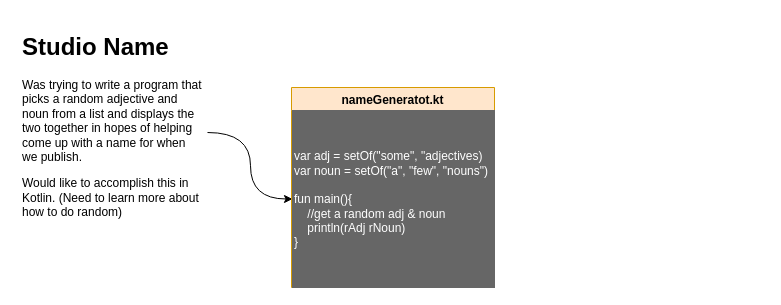
BigMikesExp/Shitsngigs keeps this draw.io diagram as page "Ideas" (2 of 2) of game dev flowchart.drawio. Above is the earlier version. Source tidied: cells renumbered, new cells numbered last; positions are measured from the earlier drawing's top-left corner, leaving out a move shared by most shapes. Both pictures are drawn from the tidied source at 100%, with x=0, y=0 at pixel (17, 27).
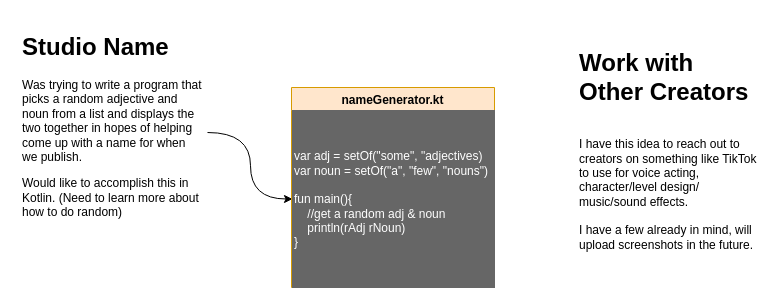
The same diagram, later.

Change to the diagram source:
```diff
@@
 <mxGraphModel>
   <root>
     <mxCell id="0" />
     <mxCell id="1" parent="0" />
     <mxCell id="2" style="edgeStyle=elbowEdgeStyle;jettySize=auto;html=1;curved=1;" parent="1" edge="1" source="3" target="5">
       <mxGeometry relative="1" as="geometry" />
     </mxCell>
     <mxCell id="3" value="&lt;h1&gt;Studio Name&lt;br&gt;&lt;/h1&gt;&lt;p&gt;Was trying to write a program that picks a random adjective and noun from a list and displays the two together in hopes of helping come up with a name for when we publish. &lt;br&gt;&lt;/p&gt;&lt;p&gt;Would like to accomplish this in Kotlin. (Need to learn more about how to do random)&lt;br&gt;&lt;/p&gt;" style="text;html=1;strokeColor=none;fillColor=none;spacing=5;spacingTop=-20;whiteSpace=wrap;overflow=hidden;rounded=0;" parent="1" vertex="1">
       <mxGeometry width="190" height="210" as="geometry" />
     </mxCell>
-    <mxCell id="4" value="nameGeneratot.kt" style="swimlane;fillColor=#ffe6cc;strokeColor=#d79b00;" parent="1" vertex="1">
+    <mxCell id="4" value="nameGenerator.kt" style="swimlane;fillColor=#ffe6cc;strokeColor=#d79b00;" parent="1" vertex="1">
       <mxGeometry x="274" y="60" width="203" height="200" as="geometry" />
     </mxCell>
     <mxCell id="5" value="&lt;div align=&quot;justify&quot;&gt;&lt;font color=&quot;#FFFFFF&quot;&gt;var adj = setOf(&quot;some&quot;, &quot;adjectives)&lt;br&gt;var noun = setOf(&quot;a&quot;, &quot;few&quot;, &quot;nouns&quot;)&lt;br&gt;&lt;br&gt;fun main(){&lt;br&gt;&amp;nbsp;&amp;nbsp;&amp;nbsp; //get a random adj &amp;amp; noun&lt;br&gt;&amp;nbsp;&amp;nbsp;&amp;nbsp; println(rAdj rNoun)&lt;br&gt;&lt;/font&gt;&lt;/div&gt;&lt;div align=&quot;justify&quot;&gt;&lt;font color=&quot;#FFFFFF&quot;&gt;}&lt;/font&gt;&lt;/div&gt;" style="rounded=0;whiteSpace=wrap;html=1;align=left;strokeColor=#666666;fontColor=#333333;fillColor=#666666;" parent="4" vertex="1">
       <mxGeometry x="1" y="23" width="202" height="177" as="geometry" />
     </mxCell>
+    <mxCell id="6" value="&lt;h1&gt;Work with Other Creators&lt;br&gt;&lt;/h1&gt;&lt;div&gt;&lt;br&gt;&lt;/div&gt;&lt;div&gt;I have this idea to reach out to creators on something like TikTok to use for voice acting, character/level design/ music/sound effects.&lt;/div&gt;&lt;div&gt;&lt;br&gt;&lt;/div&gt;&lt;div&gt;I have a few already in mind, will upload screenshots in the future.&lt;br&gt;&lt;/div&gt;" style="text;html=1;strokeColor=none;fillColor=none;spacing=5;spacingTop=-20;whiteSpace=wrap;overflow=hidden;rounded=0;" parent="1" vertex="1">
+      <mxGeometry x="557" y="16" width="190" height="210" as="geometry" />
+    </mxCell>
   </root>
 </mxGraphModel>
```
